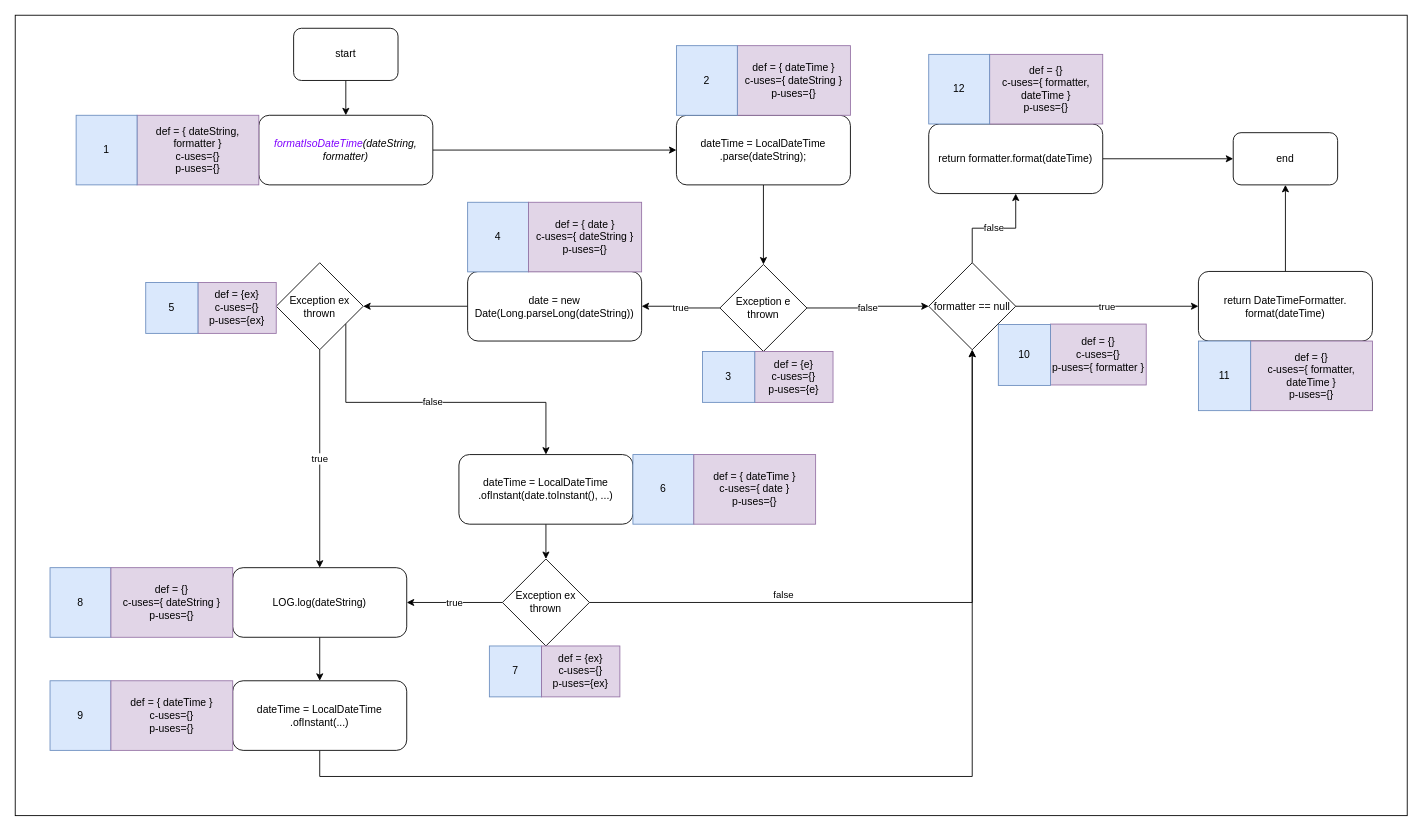
Earlier version of the draw.io diagram dataflow/FormatIsoDateTime.drawio (Telmooo/jpass). Source tidied: cells renumbered, new cells numbered last; positions are measured from the earlier drawing's top-left corner, leaving out a move shared by most shapes. Both pictures are drawn from the tidied source at 87%, with x=0, y=0 at pixel (15, 15).
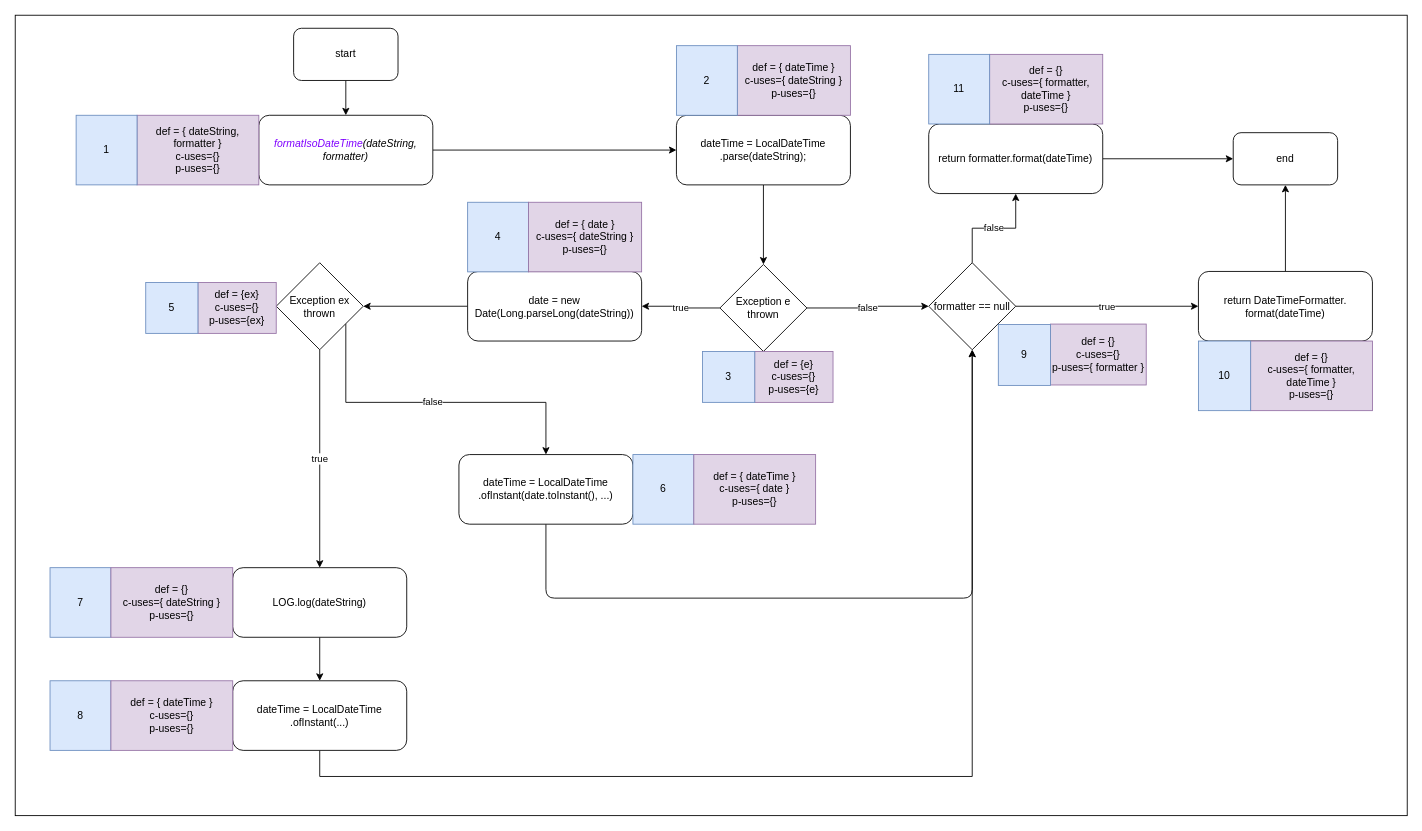
The same page after the edit.

The change refers to these unchanged cells:
```xml
<mxCell id="19" value="formatter == null" style="rhombus;whiteSpace=wrap;html=1;fontSize=12;fontColor=#000000;" parent="1" vertex="1">
  <mxGeometry x="1050" y="284.5" width="100" height="100" as="geometry" />
</mxCell>
<mxCell id="33" value="dateTime = LocalDateTime&lt;br&gt;.ofInstant(date.toInstant(), ...)" style="rounded=1;whiteSpace=wrap;html=1;fontSize=12;" parent="1" vertex="1">
  <mxGeometry x="510" y="505" width="200" height="80" as="geometry" />
</mxCell>
<mxCell id="39" value="LOG.log(dateString)" style="rounded=1;whiteSpace=wrap;html=1;fontSize=12;" parent="1" vertex="1">
  <mxGeometry x="250" y="635" width="200" height="80" as="geometry" />
</mxCell>
```

The edit, as a diff of the source:
```diff
@@
-    <mxCell id="27" value="12" style="rounded=0;whiteSpace=wrap;html=1;fontSize=12;fillColor=#dae8fc;strokeColor=#6c8ebf;" parent="1" vertex="1">
+    <mxCell id="27" value="11" style="rounded=0;whiteSpace=wrap;html=1;fontSize=12;fillColor=#dae8fc;strokeColor=#6c8ebf;" parent="1" vertex="1">
       <mxGeometry x="1050" y="45" width="70" height="80" as="geometry" />
     </mxCell>
@@
-    <mxCell id="31" value="11" style="rounded=0;whiteSpace=wrap;html=1;fontSize=12;fillColor=#dae8fc;strokeColor=#6c8ebf;" parent="1" vertex="1">
+    <mxCell id="31" value="10" style="rounded=0;whiteSpace=wrap;html=1;fontSize=12;fillColor=#dae8fc;strokeColor=#6c8ebf;" parent="1" vertex="1">
       <mxGeometry x="1360" y="374.5" width="60" height="80" as="geometry" />
     </mxCell>
-    <mxCell id="32" style="edgeStyle=orthogonalEdgeStyle;rounded=0;jettySize=auto;html=1;" parent="1" edge="1" source="33" target="52">
-      <mxGeometry relative="1" as="geometry" />
-    </mxCell>
+    <mxCell id="59" style="edgeStyle=none;html=1;exitX=0.5;exitY=1;exitDx=0;exitDy=0;entryX=0.5;entryY=1;entryDx=0;entryDy=0;" parent="1" edge="1" source="33" target="19">
+      <mxGeometry relative="1" as="geometry">
+        <Array as="points">
+          <mxPoint x="610" y="670" />
+          <mxPoint x="1100" y="670" />
+        </Array>
+      </mxGeometry>
+    </mxCell>
@@
-    <mxCell id="37" value="10" style="rounded=0;whiteSpace=wrap;html=1;fontSize=12;fillColor=#dae8fc;strokeColor=#6c8ebf;" parent="1" vertex="1">
+    <mxCell id="37" value="9" style="rounded=0;whiteSpace=wrap;html=1;fontSize=12;fillColor=#dae8fc;strokeColor=#6c8ebf;" parent="1" vertex="1">
       <mxGeometry x="1130" y="355.5" width="60" height="70" as="geometry" />
     </mxCell>
@@
-    <mxCell id="40" value="8" style="rounded=0;whiteSpace=wrap;html=1;fontSize=12;fillColor=#dae8fc;strokeColor=#6c8ebf;" parent="1" vertex="1">
+    <mxCell id="40" value="7" style="rounded=0;whiteSpace=wrap;html=1;fontSize=12;fillColor=#dae8fc;strokeColor=#6c8ebf;" parent="1" vertex="1">
       <mxGeometry x="40" y="635" width="70" height="80" as="geometry" />
     </mxCell>
@@
-    <mxCell id="44" value="9" style="rounded=0;whiteSpace=wrap;html=1;fontSize=12;fillColor=#dae8fc;strokeColor=#6c8ebf;" parent="1" vertex="1">
+    <mxCell id="44" value="8" style="rounded=0;whiteSpace=wrap;html=1;fontSize=12;fillColor=#dae8fc;strokeColor=#6c8ebf;" parent="1" vertex="1">
       <mxGeometry x="40" y="765" width="70" height="80" as="geometry" />
     </mxCell>
@@
-    <mxCell id="49" value="true" style="edgeStyle=orthogonalEdgeStyle;rounded=0;jettySize=auto;html=1;exitX=0;exitY=0.5;exitDx=0;exitDy=0;entryX=1;entryY=0.5;entryDx=0;entryDy=0;" parent="1" edge="1" source="52" target="39">
-      <mxGeometry relative="1" as="geometry">
-        <Array as="points">
-          <mxPoint x="560" y="675" />
-        </Array>
-      </mxGeometry>
-    </mxCell>
-    <mxCell id="50" style="edgeStyle=orthogonalEdgeStyle;rounded=0;jettySize=auto;html=1;exitX=1;exitY=0.5;exitDx=0;exitDy=0;entryX=0.5;entryY=1;entryDx=0;entryDy=0;" parent="1" edge="1" source="52" target="19">
-      <mxGeometry relative="1" as="geometry">
-        <Array as="points">
-          <mxPoint x="1100" y="675" />
-        </Array>
-      </mxGeometry>
-    </mxCell>
-    <mxCell id="51" value="false" style="edgeLabel;html=1;align=center;verticalAlign=middle;" parent="50" vertex="1">
-      <mxGeometry x="-0.38" y="3" relative="1" as="geometry">
-        <mxPoint x="-4" y="-7" as="offset" />
-      </mxGeometry>
-    </mxCell>
-    <mxCell id="52" value="Exception ex&lt;br&gt;thrown" style="rhombus;whiteSpace=wrap;html=1;fontSize=12;fontColor=#000000;" parent="1" vertex="1">
-      <mxGeometry x="560" y="625" width="100" height="100" as="geometry" />
-    </mxCell>
@@
-    <mxCell id="57" value="7" style="rounded=0;whiteSpace=wrap;html=1;fontSize=12;fillColor=#dae8fc;strokeColor=#6c8ebf;" parent="1" vertex="1">
-      <mxGeometry x="545" y="725" width="60" height="58.5" as="geometry" />
-    </mxCell>
-    <mxCell id="58" value="def = {ex}&lt;br&gt;c-uses={}&lt;br&gt;p-uses={ex}" style="rounded=0;whiteSpace=wrap;html=1;fontSize=12;fillColor=#e1d5e7;strokeColor=#9673a6;" parent="1" vertex="1">
-      <mxGeometry x="605" y="725" width="90" height="58.5" as="geometry" />
-    </mxCell>
```
